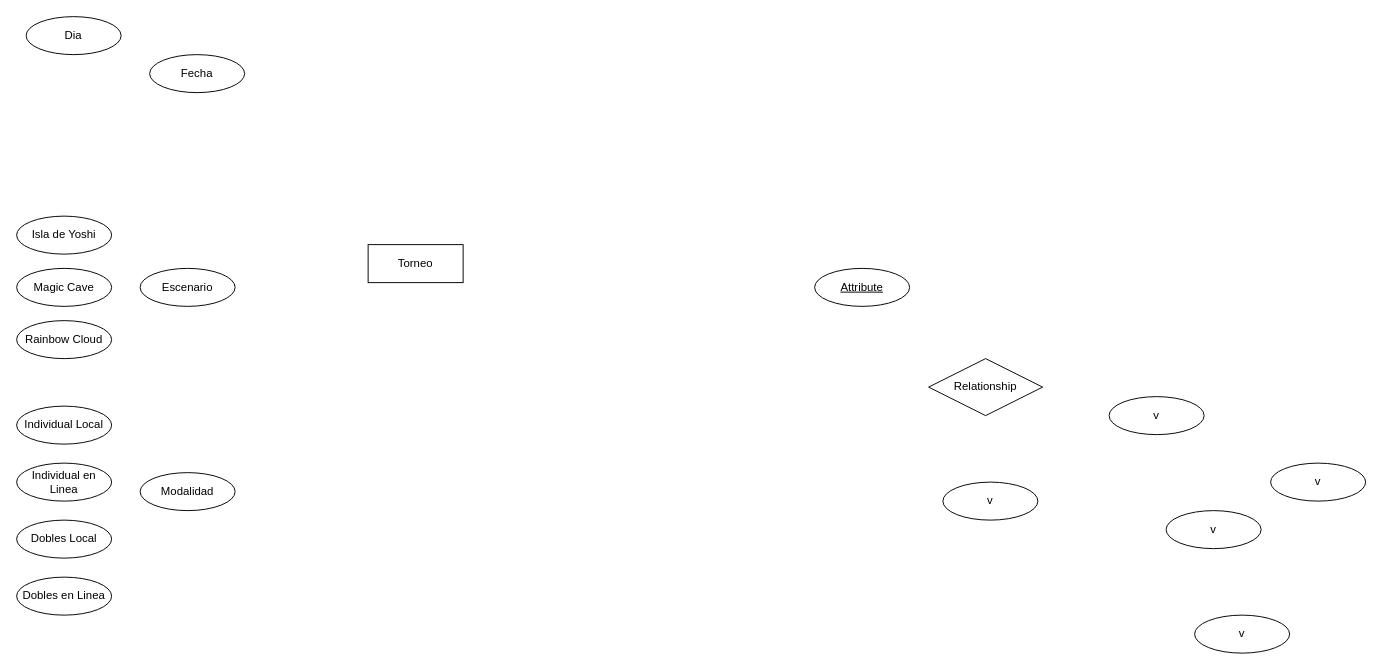
Above: Modelamiento/Mario Tenis.drawio in Ju4nox/UCM (draw.io), before the change. Source tidied: cells renumbered, new cells numbered last; positions are measured from the earlier drawing's top-left corner, leaving out a move shared by most shapes. Both pictures are drawn from the tidied source at 95%, with x=0, y=0 at pixel (16, 16).
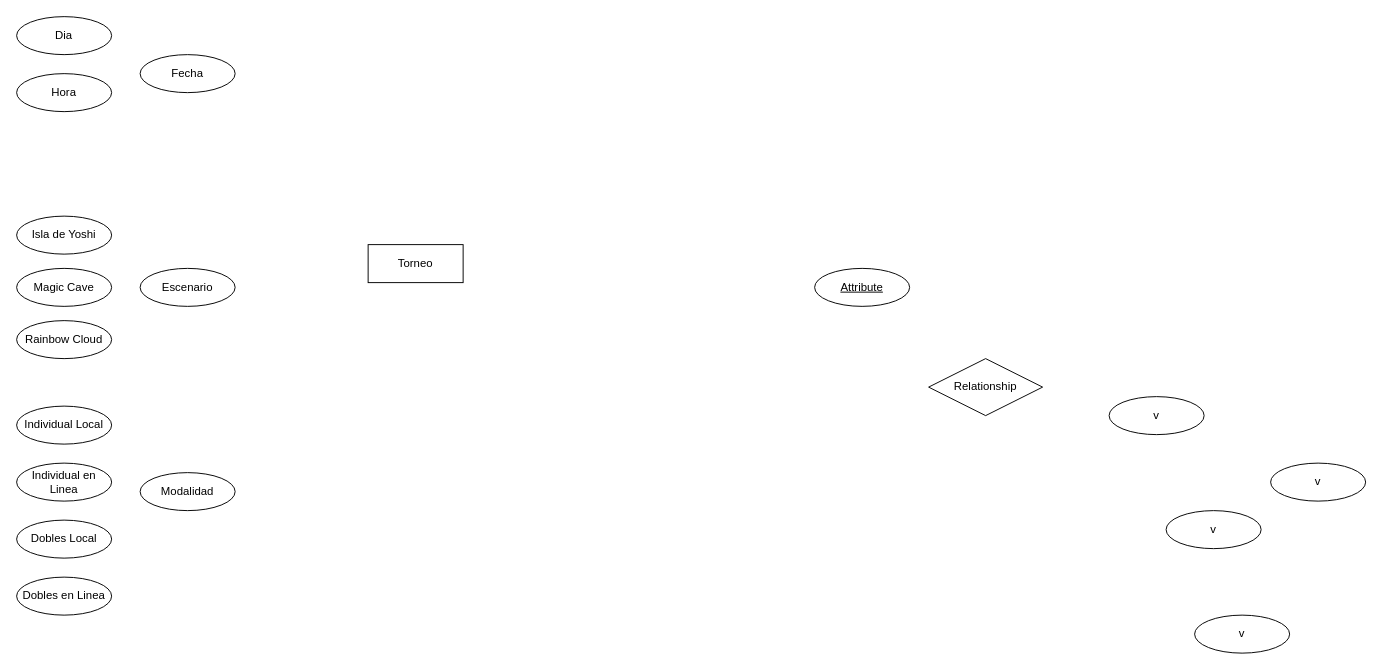
Above is the later version.

What changed in the source:
```diff
@@
     <mxCell id="3" value="Fecha" style="ellipse;whiteSpace=wrap;html=1;align=center;" parent="1" vertex="1">
-      <mxGeometry x="140" y="40" width="100" height="40" as="geometry" />
+      <mxGeometry x="130" y="40" width="100" height="40" as="geometry" />
     </mxCell>
@@
     <mxCell id="7" value="Dia" style="ellipse;whiteSpace=wrap;html=1;align=center;" parent="1" vertex="1">
-      <mxGeometry x="10" width="100" height="40" as="geometry" />
+      <mxGeometry width="100" height="40" as="geometry" />
     </mxCell>
@@
-    <mxCell id="15" value="v" style="ellipse;whiteSpace=wrap;html=1;align=center;" parent="1" vertex="1">
-      <mxGeometry x="975" y="490" width="100" height="40" as="geometry" />
+    <mxCell id="15" value="Hora" style="ellipse;whiteSpace=wrap;html=1;align=center;" parent="1" vertex="1">
+      <mxGeometry y="60" width="100" height="40" as="geometry" />
     </mxCell>
```
